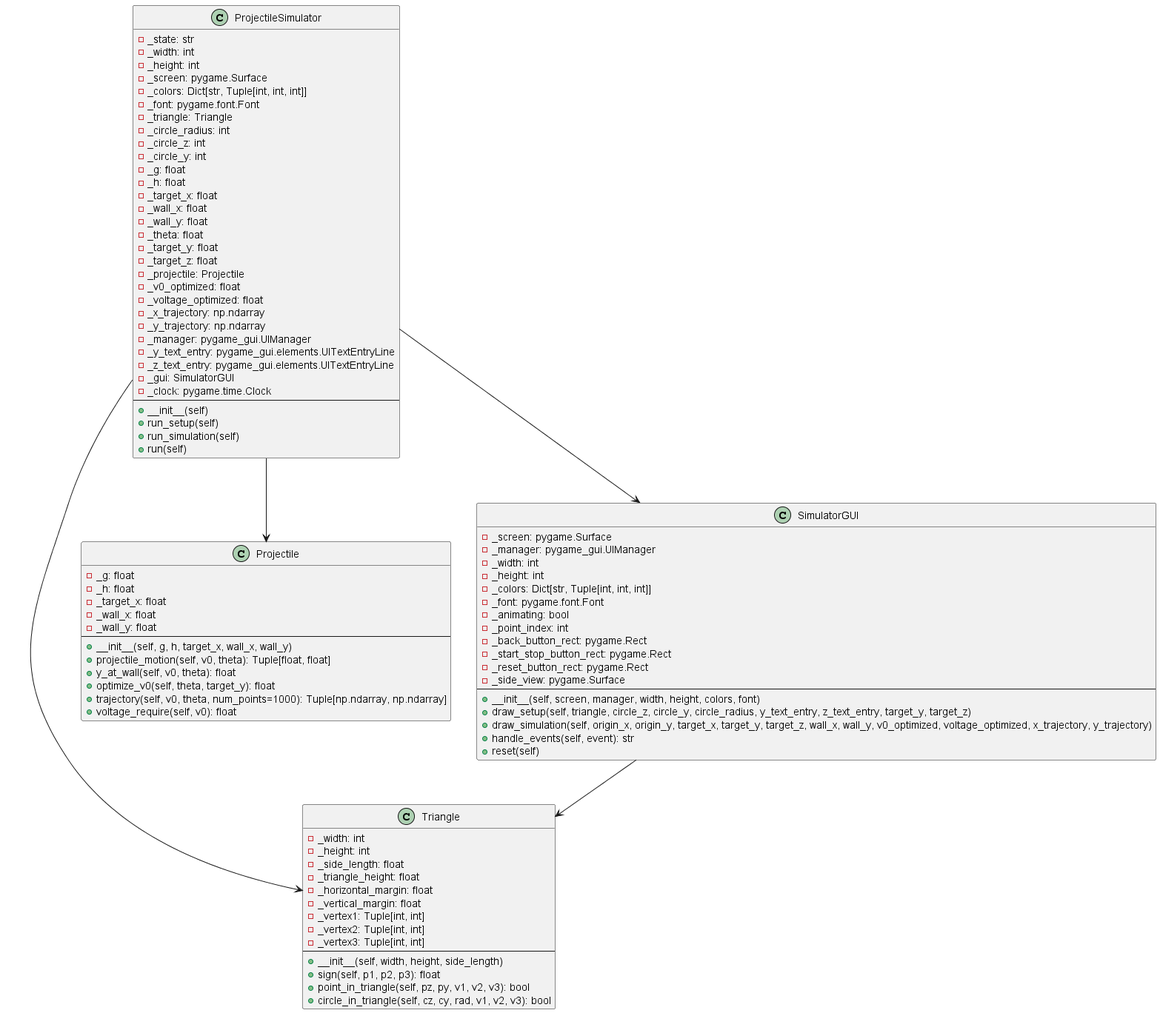
Above: out/UML_F/UML_F.png in Aom-Aursudkit/Studio_G4_Simulator (PlantUML), before the change.
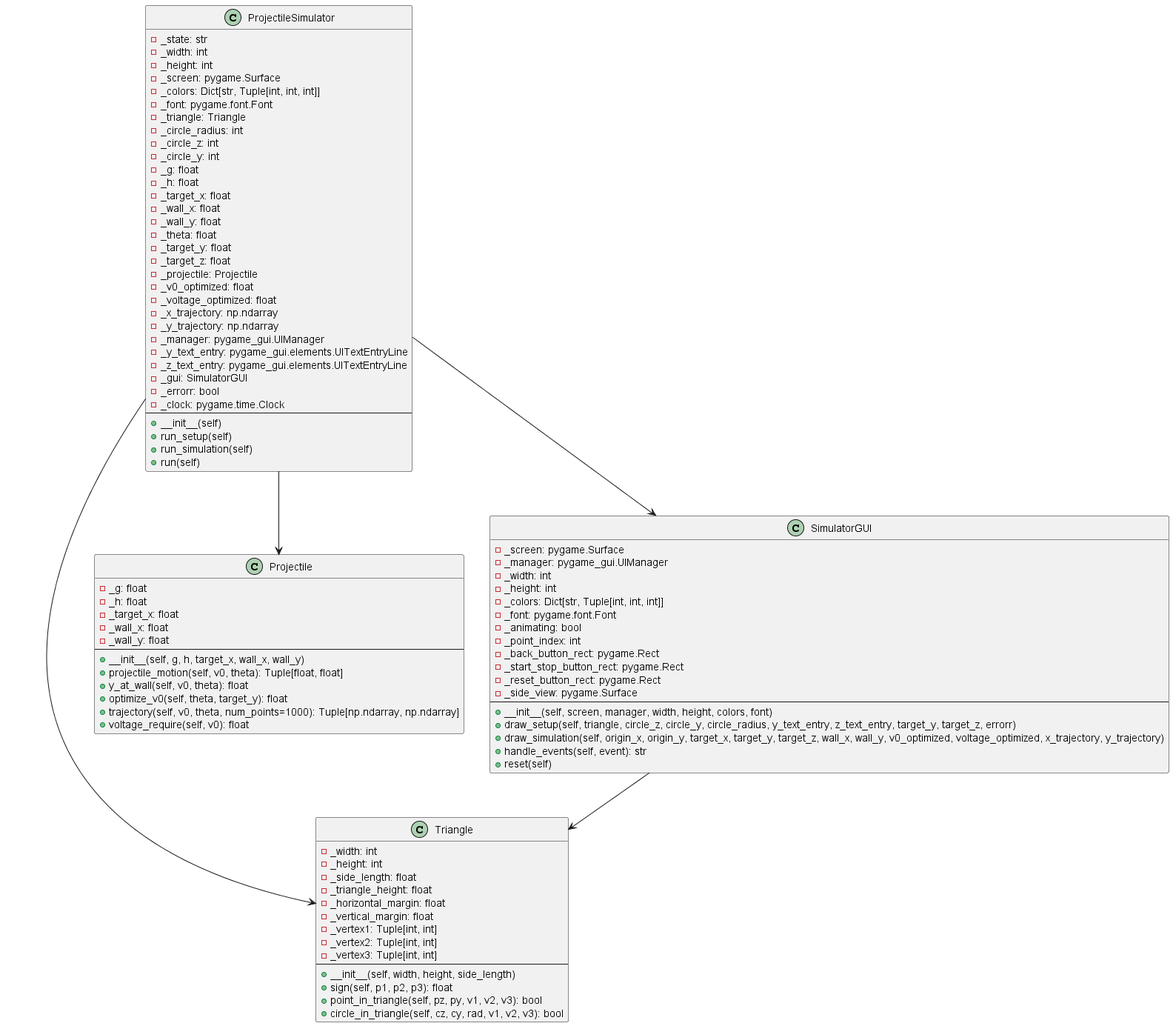
The same file after the commit.

What changed in the source:
```diff
@@ -47,7 +47,7 @@
     - _side_view: pygame.Surface
     --
     + __init__(self, screen, manager, width, height, colors, font)
-    + draw_setup(self, triangle, circle_z, circle_y, circle_radius, y_text_entry, z_text_entry, target_y, target_z)
+    + draw_setup(self, triangle, circle_z, circle_y, circle_radius, y_text_entry, z_text_entry, target_y, target_z, errorr)
     + draw_simulation(self, origin_x, origin_y, target_x, target_y, target_z, wall_x, wall_y, v0_optimized, voltage_optimized, x_trajectory, y_trajectory)
     + handle_events(self, event): str
     + reset(self)
@@ -81,6 +81,7 @@
     - _y_text_entry: pygame_gui.elements.UITextEntryLine
     - _z_text_entry: pygame_gui.elements.UITextEntryLine
     - _gui: SimulatorGUI
+    - _errorr: bool
     - _clock: pygame.time.Clock
     --
     + __init__(self)
```
